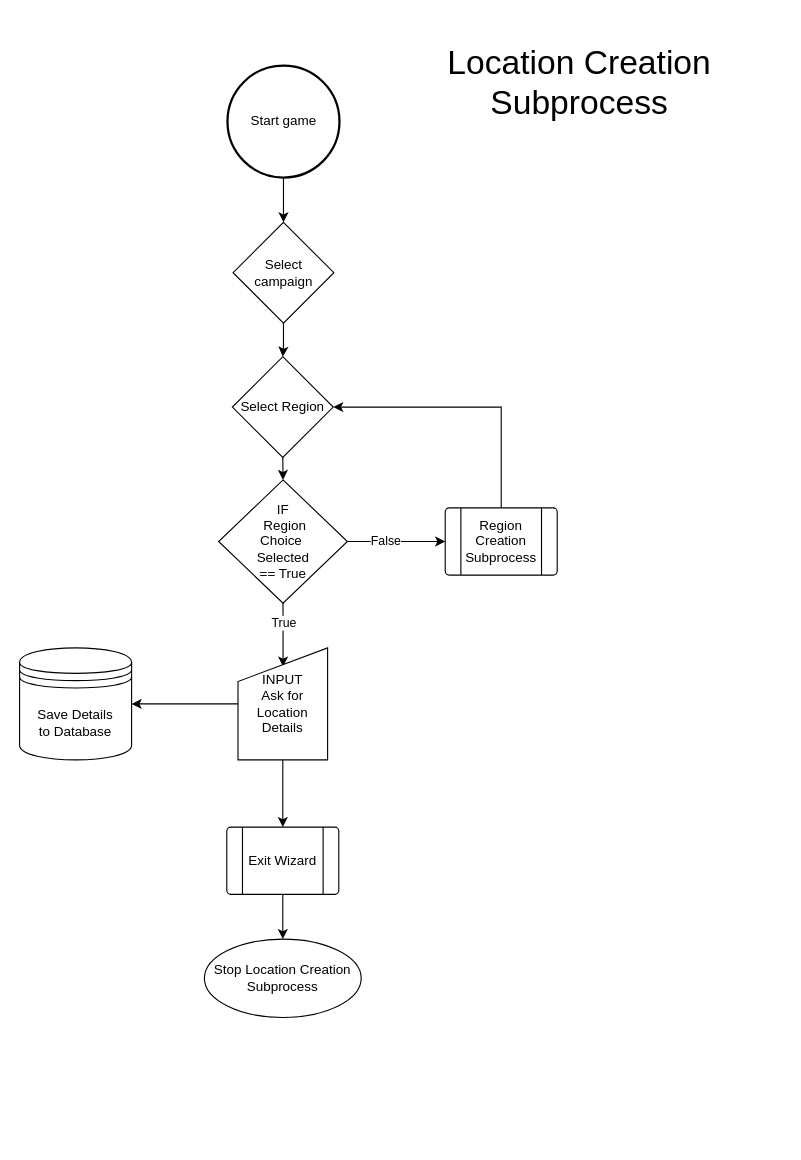
RPG-Research/bcirpg keeps this draw.io diagram as Phase2/Flowcharts/modgodToolset/ModGod/Creation/Location/ModGodLocationCreation.drawio. Above is the earlier version. Source tidied: cells renumbered, new cells numbered last; positions are measured from the earlier drawing's top-left corner, leaving out a move shared by most shapes. Both pictures are drawn from the tidied source at 112%, with x=0, y=0 at pixel (19, 65).
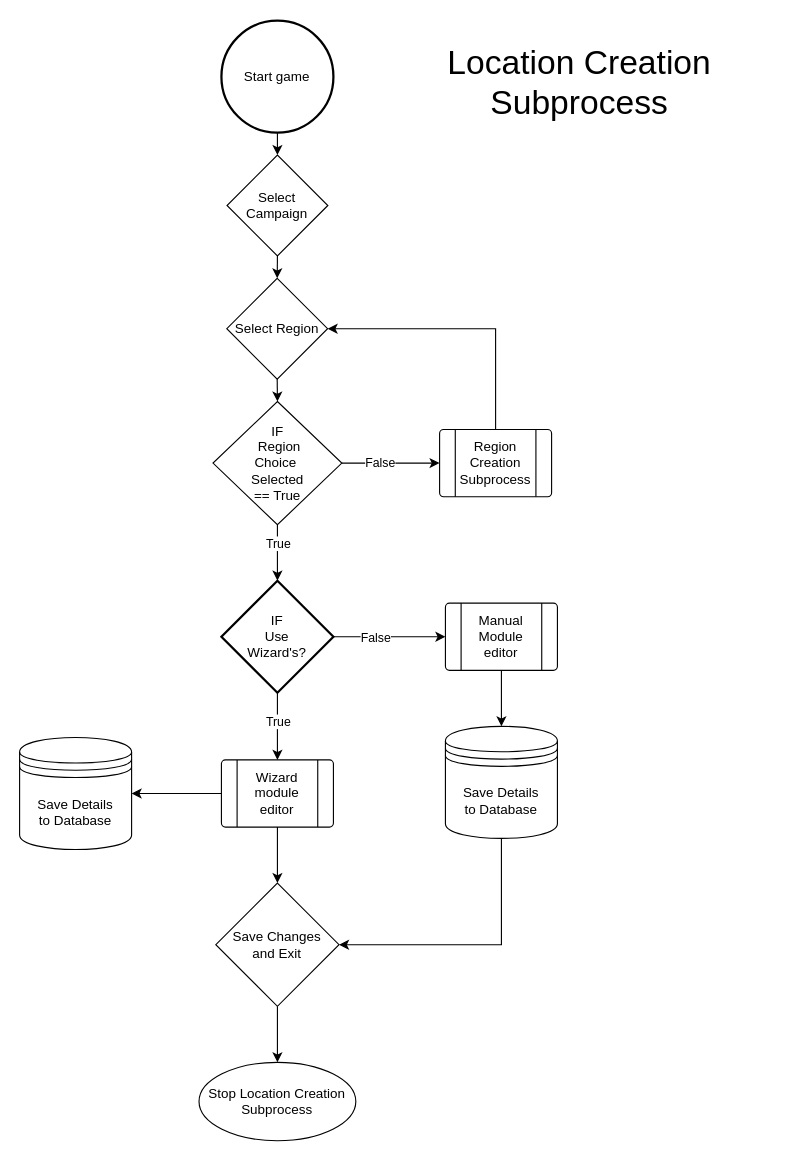
After the change.

Commit message (it also covers changes not shown here):
Flowchart Review push for Creation flowcharts

Change to the diagram source:
```diff
@@
-    <mxCell id="2" style="edgeStyle=orthogonalEdgeStyle;rounded=0;jettySize=auto;html=1;exitX=0.5;exitY=1;exitDx=0;exitDy=0;exitPerimeter=0;entryX=0.5;entryY=0;entryDx=0;entryDy=0;" parent="1" edge="1" source="3" target="5">
-      <mxGeometry relative="1" as="geometry" />
-    </mxCell>
+    <mxCell id="23" style="edgeStyle=orthogonalEdgeStyle;rounded=0;jettySize=auto;html=1;exitX=0.5;exitY=1;exitDx=0;exitDy=0;exitPerimeter=0;entryX=0;entryY=0.5;entryDx=0;entryDy=0;" parent="1" edge="1" source="3" target="25">
+      <mxGeometry relative="1" as="geometry" />
+    </mxCell>
     <mxCell id="3" value="Start game" style="strokeWidth=2;html=1;shape=mxgraph.flowchart.start_2;whiteSpace=wrap;" parent="1" vertex="1">
-      <mxGeometry x="185.6" width="100" height="100" as="geometry" />
+      <mxGeometry x="180.2" y="-40" width="100" height="100" as="geometry" />
     </mxCell>
-    <mxCell id="4" style="edgeStyle=orthogonalEdgeStyle;rounded=0;jettySize=auto;html=1;" parent="1" edge="1" source="5" target="9">
-      <mxGeometry relative="1" as="geometry" />
-    </mxCell>
-    <mxCell id="5" value="Select campaign" style="rhombus;whiteSpace=wrap;html=1;" parent="1" vertex="1">
-      <mxGeometry x="190.6" y="140" width="90" height="90" as="geometry" />
-    </mxCell>
-    <mxCell id="6" style="edgeStyle=orthogonalEdgeStyle;rounded=0;jettySize=auto;html=1;entryX=0.503;entryY=0.166;entryDx=0;entryDy=0;entryPerimeter=0;exitX=0.5;exitY=1;exitDx=0;exitDy=0;" parent="1" edge="1" source="17" target="13">
+    <mxCell id="6" style="edgeStyle=orthogonalEdgeStyle;rounded=0;jettySize=auto;html=1;exitX=0.5;exitY=1;exitDx=0;exitDy=0;" parent="1" edge="1" source="17" target="33">
       <mxGeometry relative="1" as="geometry" />
     </mxCell>
@@
     <mxCell id="9" value="Select Region" style="rhombus;whiteSpace=wrap;html=1;" parent="1" vertex="1">
-      <mxGeometry x="190" y="260" width="90" height="90" as="geometry" />
+      <mxGeometry x="185" y="190" width="90" height="90" as="geometry" />
     </mxCell>
     <mxCell id="10" value="Stop Location Creation Subprocess" style="ellipse;whiteSpace=wrap;html=1;rounded=0;" parent="1" vertex="1">
-      <mxGeometry x="165" y="780" width="140" height="70" as="geometry" />
+      <mxGeometry x="160.2" y="890" width="140" height="70" as="geometry" />
     </mxCell>
-    <mxCell id="11" style="edgeStyle=orthogonalEdgeStyle;rounded=0;jettySize=auto;html=1;entryX=1;entryY=0.5;entryDx=0;entryDy=0;" parent="1" edge="1" source="13" target="14">
-      <mxGeometry relative="1" as="geometry" />
-    </mxCell>
-    <mxCell id="12" style="edgeStyle=orthogonalEdgeStyle;rounded=0;jettySize=auto;html=1;exitX=0.5;exitY=1;exitDx=0;exitDy=0;entryX=0.5;entryY=0;entryDx=0;entryDy=0;" parent="1" edge="1" source="13" target="21">
-      <mxGeometry relative="1" as="geometry" />
-    </mxCell>
-    <mxCell id="13" value="INPUT&lt;br&gt;Ask for Location Details" style="shape=manualInput;whiteSpace=wrap;html=1;" parent="1" vertex="1">
-      <mxGeometry x="195" y="520" width="80" height="100" as="geometry" />
-    </mxCell>
     <mxCell id="14" value="Save Details&lt;br&gt;to&amp;nbsp;Database" style="shape=datastore;whiteSpace=wrap;html=1;" parent="1" vertex="1">
-      <mxGeometry y="520" width="100" height="100" as="geometry" />
+      <mxGeometry y="600" width="100" height="100" as="geometry" />
     </mxCell>
@@
     <mxCell id="17" value="IF&lt;br&gt;&amp;nbsp;Region&lt;br&gt;Choice&amp;nbsp;&lt;br&gt;Selected&lt;br&gt;== True" style="rhombus;whiteSpace=wrap;html=1;" parent="1" vertex="1">
-      <mxGeometry x="177.7" y="370" width="115" height="110" as="geometry" />
+      <mxGeometry x="172.7" y="300" width="115" height="110" as="geometry" />
     </mxCell>
@@
     <mxCell id="19" value="Region&lt;br&gt;Creation&lt;br&gt;Subprocess" style="verticalLabelPosition=middle;verticalAlign=middle;html=1;shape=process;whiteSpace=wrap;rounded=1;size=0.14;arcSize=6;labelPosition=center;align=center;" parent="1" vertex="1">
-      <mxGeometry x="380" y="395" width="100" height="60" as="geometry" />
+      <mxGeometry x="375" y="325" width="100" height="60" as="geometry" />
     </mxCell>
-    <mxCell id="20" style="edgeStyle=orthogonalEdgeStyle;rounded=0;jettySize=auto;html=1;exitX=0.5;exitY=1;exitDx=0;exitDy=0;" parent="1" edge="1" source="21" target="10">
-      <mxGeometry relative="1" as="geometry" />
-    </mxCell>
-    <mxCell id="21" value="Exit Wizard" style="verticalLabelPosition=middle;verticalAlign=middle;html=1;shape=process;whiteSpace=wrap;rounded=1;size=0.14;arcSize=6;labelPosition=center;align=center;" parent="1" vertex="1">
-      <mxGeometry x="185" y="680" width="100" height="60" as="geometry" />
-    </mxCell>
@@
+    <mxCell id="24" style="edgeStyle=orthogonalEdgeStyle;rounded=0;jettySize=auto;html=1;exitX=1;exitY=0.5;exitDx=0;exitDy=0;entryX=0.5;entryY=0;entryDx=0;entryDy=0;" parent="1" edge="1" source="25" target="9">
+      <mxGeometry relative="1" as="geometry" />
+    </mxCell>
+    <mxCell id="25" value="Select Campaign" style="rhombus;whiteSpace=wrap;html=1;direction=south;" parent="1" vertex="1">
+      <mxGeometry x="185.2" y="80" width="90" height="90" as="geometry" />
+    </mxCell>
+    <mxCell id="26" style="edgeStyle=orthogonalEdgeStyle;rounded=0;jettySize=auto;html=1;entryX=1;entryY=0.5;entryDx=0;entryDy=0;" parent="1" edge="1" source="28" target="14">
+      <mxGeometry relative="1" as="geometry" />
+    </mxCell>
+    <mxCell id="27" style="edgeStyle=orthogonalEdgeStyle;rounded=0;jettySize=auto;html=1;" parent="1" edge="1" source="28" target="37">
+      <mxGeometry relative="1" as="geometry" />
+    </mxCell>
+    <mxCell id="28" value="Wizard&lt;br&gt;module editor" style="verticalLabelPosition=middle;verticalAlign=middle;html=1;shape=process;whiteSpace=wrap;rounded=1;size=0.14;arcSize=6;labelPosition=center;align=center;" parent="1" vertex="1">
+      <mxGeometry x="180.2" y="620" width="100" height="60" as="geometry" />
+    </mxCell>
+    <mxCell id="29" style="edgeStyle=orthogonalEdgeStyle;rounded=0;jettySize=auto;html=1;exitX=0.5;exitY=1;exitDx=0;exitDy=0;exitPerimeter=0;" parent="1" edge="1" source="33" target="28">
+      <mxGeometry relative="1" as="geometry" />
+    </mxCell>
+    <mxCell id="30" value="True" style="edgeLabel;html=1;align=center;verticalAlign=middle;" parent="29" vertex="1">
+      <mxGeometry x="-0.17" relative="1" as="geometry" />
+    </mxCell>
+    <mxCell id="31" style="edgeStyle=orthogonalEdgeStyle;rounded=0;jettySize=auto;html=1;exitX=1;exitY=0.5;exitDx=0;exitDy=0;exitPerimeter=0;entryX=0;entryY=0.5;entryDx=0;entryDy=0;" parent="1" edge="1" source="33" target="35">
+      <mxGeometry relative="1" as="geometry" />
+    </mxCell>
+    <mxCell id="32" value="False" style="edgeLabel;html=1;align=center;verticalAlign=middle;" parent="31" vertex="1">
+      <mxGeometry x="-0.27" relative="1" as="geometry" />
+    </mxCell>
+    <mxCell id="33" value="IF&lt;br&gt;Use&lt;br&gt;Wizard's?" style="strokeWidth=2;html=1;shape=mxgraph.flowchart.decision;whiteSpace=wrap;" parent="1" vertex="1">
+      <mxGeometry x="180.2" y="460" width="100" height="100" as="geometry" />
+    </mxCell>
+    <mxCell id="34" style="edgeStyle=orthogonalEdgeStyle;rounded=0;jettySize=auto;html=1;exitX=0.5;exitY=1;exitDx=0;exitDy=0;entryX=0.5;entryY=0;entryDx=0;entryDy=0;" parent="1" edge="1" source="35" target="39">
+      <mxGeometry relative="1" as="geometry" />
+    </mxCell>
+    <mxCell id="35" value="Manual&lt;br&gt;Module editor" style="verticalLabelPosition=middle;verticalAlign=middle;html=1;shape=process;whiteSpace=wrap;rounded=1;size=0.14;arcSize=6;labelPosition=center;align=center;" parent="1" vertex="1">
+      <mxGeometry x="380.2" y="480" width="100" height="60" as="geometry" />
+    </mxCell>
+    <mxCell id="36" style="edgeStyle=orthogonalEdgeStyle;rounded=0;jettySize=auto;html=1;exitX=0.5;exitY=1;exitDx=0;exitDy=0;" parent="1" edge="1" source="37" target="10">
+      <mxGeometry relative="1" as="geometry" />
+    </mxCell>
+    <mxCell id="37" value="Save Changes &lt;br&gt;and&amp;nbsp;Exit" style="rhombus;whiteSpace=wrap;html=1;" parent="1" vertex="1">
+      <mxGeometry x="175.2" y="730" width="110" height="110" as="geometry" />
+    </mxCell>
+    <mxCell id="38" style="edgeStyle=orthogonalEdgeStyle;rounded=0;jettySize=auto;html=1;entryX=1;entryY=0.5;entryDx=0;entryDy=0;" parent="1" edge="1" source="39" target="37">
+      <mxGeometry relative="1" as="geometry">
+        <Array as="points">
+          <mxPoint x="430" y="785" />
+        </Array>
+      </mxGeometry>
+    </mxCell>
+    <mxCell id="39" value="Save Details&lt;br&gt;to&amp;nbsp;Database" style="shape=datastore;whiteSpace=wrap;html=1;" parent="1" vertex="1">
+      <mxGeometry x="380.2" y="590" width="100" height="100" as="geometry" />
+    </mxCell>
```
